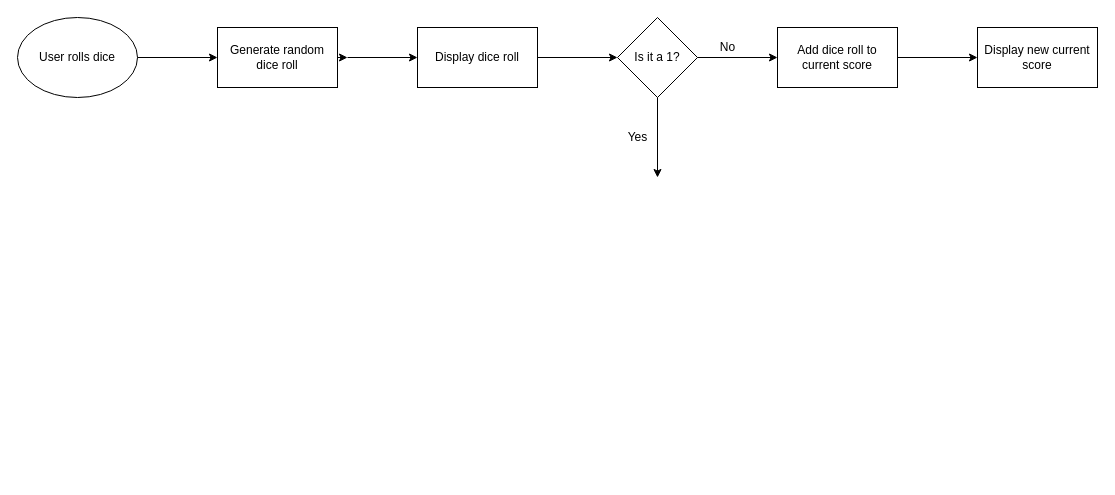
monwell57/github-for-web-designers keeps this draw.io diagram as Untitled Diagram.drawio. Above is the earlier version. Source tidied: cells renumbered, new cells numbered last; positions are measured from the earlier drawing's top-left corner, leaving out a move shared by most shapes. Both pictures are drawn from the tidied source at 100%, with x=0, y=0 at pixel (17, 17).
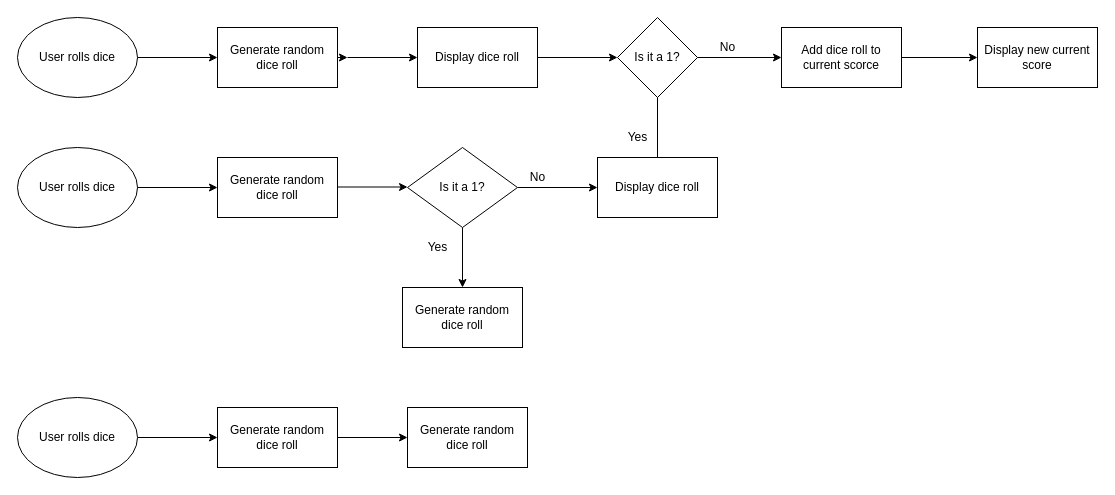
The same page after the edit.

What changed in the source:
```diff
@@
-    <mxCell id="11" value="Add dice roll to current score" style="rounded=0;whiteSpace=wrap;html=1;" parent="1" vertex="1">
-      <mxGeometry x="760" y="10" width="120" height="60" as="geometry" />
+    <mxCell id="11" value="Add dice roll to current scorce" style="rounded=0;whiteSpace=wrap;html=1;" parent="1" vertex="1">
+      <mxGeometry x="764" y="10" width="120" height="60" as="geometry" />
     </mxCell>
@@
+    <mxCell id="17" value="User rolls dice" style="ellipse;whiteSpace=wrap;html=1;" parent="1" vertex="1">
+      <mxGeometry y="130" width="120" height="80" as="geometry" />
+    </mxCell>
+    <mxCell id="18" style="edgeStyle=orthogonalEdgeStyle;rounded=0;jettySize=auto;html=1;" parent="1" edge="1" source="19" target="29">
+      <mxGeometry relative="1" as="geometry" />
+    </mxCell>
+    <mxCell id="19" value="User rolls dice" style="ellipse;whiteSpace=wrap;html=1;" parent="1" vertex="1">
+      <mxGeometry y="380" width="120" height="80" as="geometry" />
+    </mxCell>
+    <mxCell id="20" style="endArrow=classic;html=1;" parent="1" edge="1">
+      <mxGeometry relative="1" as="geometry">
+        <mxPoint x="120" y="170" as="sourcePoint" />
+        <mxPoint x="200" y="170" as="targetPoint" />
+      </mxGeometry>
+    </mxCell>
+    <mxCell id="21" value="Generate random dice roll" style="rounded=0;whiteSpace=wrap;html=1;" parent="1" vertex="1">
+      <mxGeometry x="200" y="140" width="120" height="60" as="geometry" />
+    </mxCell>
+    <mxCell id="22" style="endArrow=classic;html=1;" parent="1" edge="1">
+      <mxGeometry relative="1" as="geometry">
+        <mxPoint x="320" y="169.5" as="sourcePoint" />
+        <mxPoint x="390" y="169.5" as="targetPoint" />
+      </mxGeometry>
+    </mxCell>
+    <mxCell id="23" value="Display dice roll" style="rounded=0;whiteSpace=wrap;html=1;" parent="1" vertex="1">
+      <mxGeometry x="580" y="140" width="120" height="60" as="geometry" />
+    </mxCell>
+    <mxCell id="24" style="edgeStyle=orthogonalEdgeStyle;rounded=0;jettySize=auto;html=1;" parent="1" edge="1" source="26" target="23">
+      <mxGeometry relative="1" as="geometry" />
+    </mxCell>
+    <mxCell id="25" style="edgeStyle=orthogonalEdgeStyle;rounded=0;jettySize=auto;html=1;" parent="1" edge="1" source="26" target="27">
+      <mxGeometry relative="1" as="geometry" />
+    </mxCell>
+    <mxCell id="26" value="Is it a 1?" style="rhombus;whiteSpace=wrap;html=1;" parent="1" vertex="1">
+      <mxGeometry x="390" y="130" width="110" height="80" as="geometry" />
+    </mxCell>
+    <mxCell id="27" value="Generate random dice roll" style="rounded=0;whiteSpace=wrap;html=1;" parent="1" vertex="1">
+      <mxGeometry x="385" y="270" width="120" height="60" as="geometry" />
+    </mxCell>
+    <mxCell id="28" style="edgeStyle=orthogonalEdgeStyle;rounded=0;jettySize=auto;html=1;" parent="1" edge="1" source="29" target="30">
+      <mxGeometry relative="1" as="geometry" />
+    </mxCell>
+    <mxCell id="29" value="Generate random dice roll" style="rounded=0;whiteSpace=wrap;html=1;" parent="1" vertex="1">
+      <mxGeometry x="200" y="390" width="120" height="60" as="geometry" />
+    </mxCell>
+    <mxCell id="30" value="Generate random dice roll" style="rounded=0;whiteSpace=wrap;html=1;" parent="1" vertex="1">
+      <mxGeometry x="390" y="390" width="120" height="60" as="geometry" />
+    </mxCell>
+    <mxCell id="31" value="No" style="text;html=1;align=center;verticalAlign=middle;" parent="1" vertex="1">
+      <mxGeometry x="505" y="150" width="30" height="20" as="geometry" />
+    </mxCell>
+    <mxCell id="32" value="Yes" style="text;html=1;align=center;verticalAlign=middle;" parent="1" vertex="1">
+      <mxGeometry x="400" y="220" width="40" height="20" as="geometry" />
+    </mxCell>
```
